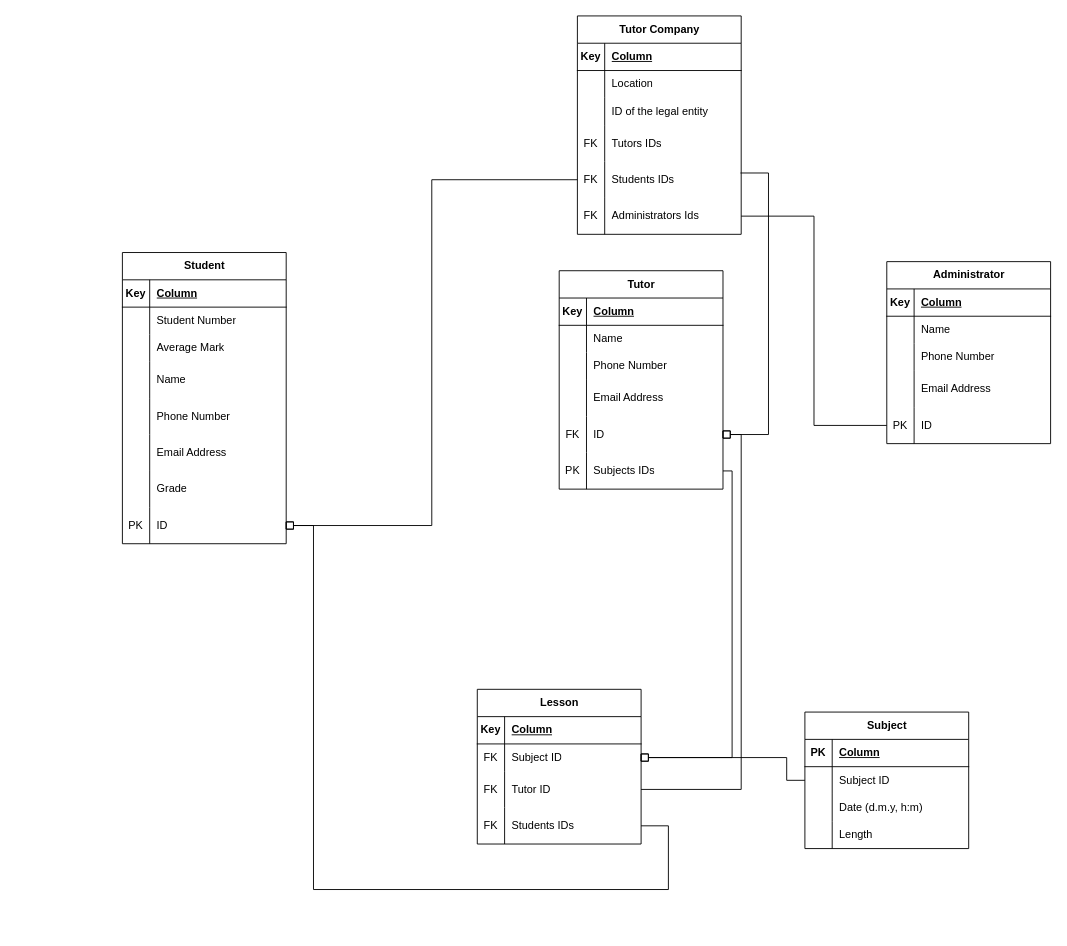
H0p1ty/data_bases keeps this draw.io diagram as er_diagramm.drawio. Above is the earlier version. Source tidied: cells renumbered, new cells numbered last; positions are measured from the earlier drawing's top-left corner, leaving out a move shared by most shapes. Both pictures are drawn from the tidied source at 91%, with x=0, y=0 at pixel (122, 15).
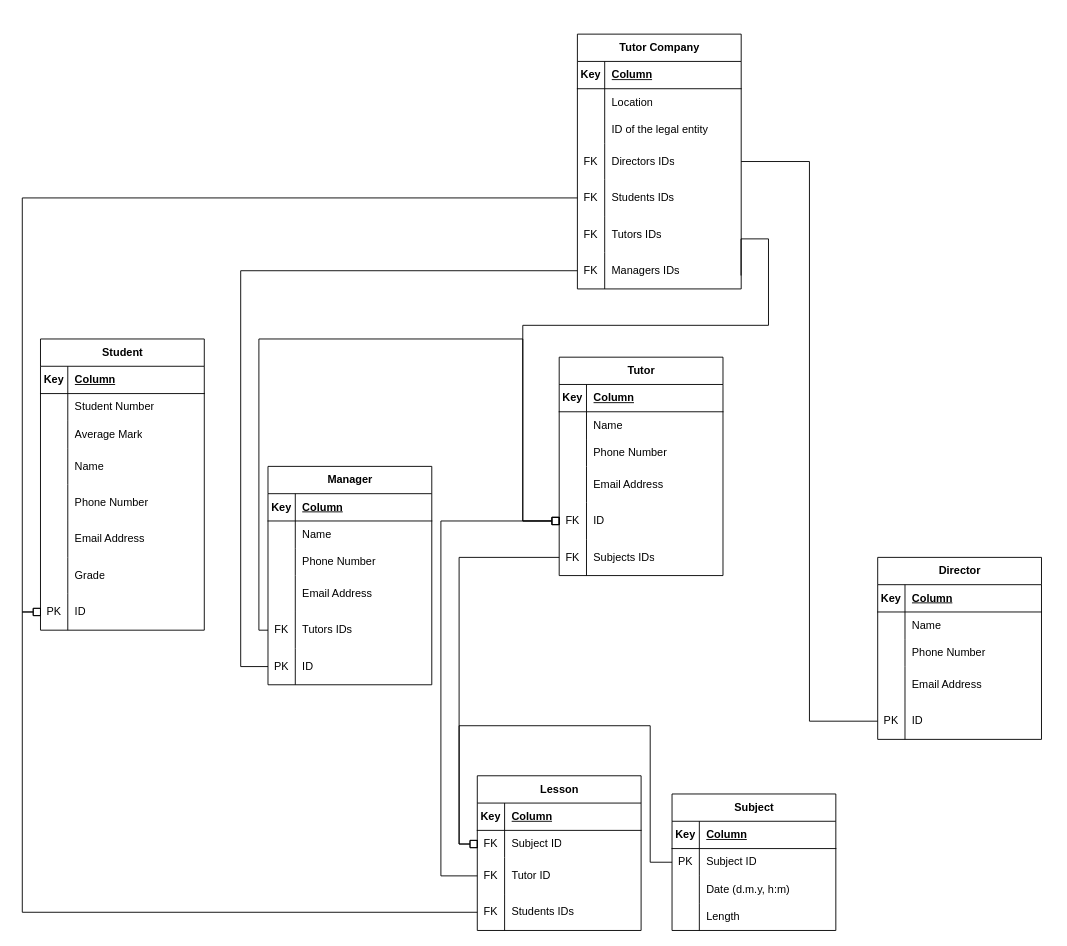
After the change.

Unchanged cells that the change refers to:
```xml
<mxCell id="20" style="shape=tableRow;horizontal=0;startSize=0;swimlaneHead=0;swimlaneBody=0;fillColor=none;points=[[0,0.5],[1,0.5]];portConstraint=eastwest;top=0;left=0;right=0;bottom=0;" parent="7" vertex="1">
  <mxGeometry y="160" width="180" height="40" as="geometry" />
</mxCell>
<mxCell id="33" style="shape=tableRow;horizontal=0;startSize=0;swimlaneHead=0;swimlaneBody=0;fillColor=none;points=[[0,0.5],[1,0.5]];portConstraint=eastwest;top=0;left=0;right=0;bottom=0;" parent="23" vertex="1">
  <mxGeometry y="120" width="180" height="40" as="geometry" />
</mxCell>
<mxCell id="36" style="shape=tableRow;horizontal=0;startSize=0;swimlaneHead=0;swimlaneBody=0;fillColor=none;points=[[0,0.5],[1,0.5]];portConstraint=eastwest;top=0;left=0;right=0;bottom=0;" parent="23" vertex="1">
  <mxGeometry y="160" width="180" height="40" as="geometry" />
</mxCell>
<mxCell id="55" style="shape=tableRow;horizontal=0;startSize=0;swimlaneHead=0;swimlaneBody=0;fillColor=none;points=[[0,0.5],[1,0.5]];portConstraint=eastwest;top=0;left=0;right=0;bottom=0;" parent="42" vertex="1">
  <mxGeometry y="160" width="180" height="40" as="geometry" />
</mxCell>
<mxCell id="58" style="shape=tableRow;horizontal=0;startSize=0;swimlaneHead=0;swimlaneBody=0;fillColor=none;points=[[0,0.5],[1,0.5]];portConstraint=eastwest;top=0;left=0;right=0;bottom=0;" parent="42" vertex="1">
  <mxGeometry y="200" width="180" height="40" as="geometry" />
</mxCell>
<mxCell id="65" style="shape=tableRow;horizontal=0;startSize=0;swimlaneHead=0;swimlaneBody=0;fillColor=none;points=[[0,0.5],[1,0.5]];portConstraint=eastwest;top=0;left=0;right=0;bottom=0;" parent="61" vertex="1">
  <mxGeometry y="60" width="180" height="30" as="geometry" />
</mxCell>
<mxCell id="68" style="shape=tableRow;horizontal=0;startSize=0;swimlaneHead=0;swimlaneBody=0;fillColor=none;points=[[0,0.5],[1,0.5]];portConstraint=eastwest;top=0;left=0;right=0;bottom=0;" parent="61" vertex="1">
  <mxGeometry y="90" width="180" height="40" as="geometry" />
</mxCell>
<mxCell id="71" style="shape=tableRow;horizontal=0;startSize=0;swimlaneHead=0;swimlaneBody=0;fillColor=none;points=[[0,0.5],[1,0.5]];portConstraint=eastwest;top=0;left=0;right=0;bottom=0;" parent="61" vertex="1">
  <mxGeometry y="130" width="180" height="40" as="geometry" />
</mxCell>
<mxCell id="96" style="shape=tableRow;horizontal=0;startSize=0;swimlaneHead=0;swimlaneBody=0;fillColor=none;points=[[0,0.5],[1,0.5]];portConstraint=eastwest;top=0;left=0;right=0;bottom=0;" parent="74" vertex="1">
  <mxGeometry y="280" width="180" height="40" as="geometry" />
</mxCell>
<mxCell id="100" style="shape=tableRow;horizontal=0;startSize=0;swimlaneHead=0;swimlaneBody=0;fillColor=none;top=0;left=0;right=0;bottom=1;" parent="99" vertex="1">
  <mxGeometry y="30" width="180" height="30" as="geometry" />
</mxCell>
<mxCell id="103" style="shape=tableRow;horizontal=0;startSize=0;swimlaneHead=0;swimlaneBody=0;fillColor=none;points=[[0,0.5],[1,0.5]];portConstraint=eastwest;top=0;left=0;right=0;bottom=0;" parent="99" vertex="1">
  <mxGeometry y="60" width="180" height="30" as="geometry" />
</mxCell>
```

Change to the diagram source:
```diff
@@
-    <mxCell id="2" style="edgeStyle=orthogonalEdgeStyle;rounded=0;jettySize=auto;html=1;endArrow=none;endFill=0;entryX=1;entryY=0.5;entryDx=0;entryDy=0;exitX=1;exitY=0.5;exitDx=0;exitDy=0;startArrow=box;startFill=0;" parent="1" edge="1" source="96" target="71">
+    <mxCell id="2" style="edgeStyle=orthogonalEdgeStyle;rounded=0;jettySize=auto;html=1;endArrow=none;endFill=0;entryX=0;entryY=0.5;entryDx=0;entryDy=0;exitX=0;exitY=0.5;exitDx=0;exitDy=0;startArrow=box;startFill=0;" parent="1" edge="1" source="96" target="71">
       <mxGeometry relative="1" as="geometry">
         <Array as="points">
-          <mxPoint x="210" y="560" />
-          <mxPoint x="210" y="960" />
-          <mxPoint x="600" y="960" />
-          <mxPoint x="600" y="890" />
+          <mxPoint x="-110" y="655" />
+          <mxPoint x="-110" y="985" />
         </Array>
       </mxGeometry>
     </mxCell>
-    <mxCell id="3" style="edgeStyle=orthogonalEdgeStyle;rounded=0;jettySize=auto;html=1;exitX=1;exitY=0.5;exitDx=0;exitDy=0;entryX=1;entryY=0.5;entryDx=0;entryDy=0;endArrow=box;endFill=0;" parent="1" edge="1" source="58" target="65">
+    <mxCell id="3" style="edgeStyle=orthogonalEdgeStyle;rounded=0;jettySize=auto;html=1;exitX=0;exitY=0.5;exitDx=0;exitDy=0;entryX=0;entryY=0.5;entryDx=0;entryDy=0;endArrow=box;endFill=0;" parent="1" edge="1" source="58" target="65">
       <mxGeometry relative="1" as="geometry">
         <Array as="points">
-          <mxPoint x="670" y="500" />
-          <mxPoint x="670" y="815" />
+          <mxPoint x="370" y="595" />
+          <mxPoint x="370" y="910" />
         </Array>
       </mxGeometry>
     </mxCell>
-    <mxCell id="4" style="edgeStyle=orthogonalEdgeStyle;rounded=0;jettySize=auto;html=1;exitX=1;exitY=0.5;exitDx=0;exitDy=0;endArrow=none;endFill=0;entryX=0;entryY=0.5;entryDx=0;entryDy=0;startArrow=box;startFill=0;" parent="1" edge="1" source="96" target="36">
-      <mxGeometry relative="1" as="geometry" />
+    <mxCell id="4" style="edgeStyle=orthogonalEdgeStyle;rounded=0;jettySize=auto;html=1;exitX=0;exitY=0.5;exitDx=0;exitDy=0;endArrow=none;endFill=0;entryX=0;entryY=0.5;entryDx=0;entryDy=0;startArrow=box;startFill=0;" parent="1" edge="1" source="96" target="36">
+      <mxGeometry relative="1" as="geometry">
+        <Array as="points">
+          <mxPoint x="-110" y="655" />
+          <mxPoint x="-110" y="200" />
+        </Array>
+      </mxGeometry>
     </mxCell>
-    <mxCell id="5" style="edgeStyle=orthogonalEdgeStyle;rounded=0;jettySize=auto;html=1;entryX=0.995;entryY=0.42;entryDx=0;entryDy=0;entryPerimeter=0;endArrow=none;endFill=0;startArrow=box;startFill=0;exitX=1;exitY=0.5;exitDx=0;exitDy=0;" parent="1" edge="1" source="55">
+    <mxCell id="5" style="edgeStyle=orthogonalEdgeStyle;rounded=0;jettySize=auto;html=1;entryX=0.999;entryY=0.632;entryDx=0;entryDy=0;endArrow=none;endFill=0;startArrow=box;startFill=0;entryPerimeter=0;exitX=0;exitY=0.5;exitDx=0;exitDy=0;" parent="1" edge="1" source="55" target="39">
       <mxGeometry relative="1" as="geometry">
-        <mxPoint x="679.2" y="172.6" as="targetPoint" />
         <Array as="points">
-          <mxPoint x="710" y="460" />
-          <mxPoint x="710" y="173" />
+          <mxPoint x="440" y="555" />
+          <mxPoint x="440" y="340" />
+          <mxPoint x="710" y="340" />
+          <mxPoint x="710" y="245" />
+          <mxPoint x="680" y="245" />
         </Array>
       </mxGeometry>
     </mxCell>
-    <mxCell id="6" style="edgeStyle=orthogonalEdgeStyle;rounded=0;jettySize=auto;html=1;exitX=0;exitY=0.5;exitDx=0;exitDy=0;entryX=1;entryY=0.5;entryDx=0;entryDy=0;endArrow=none;endFill=0;" parent="1" edge="1" source="20" target="39">
-      <mxGeometry relative="1" as="geometry" />
-    </mxCell>
-    <mxCell id="7" value="Administrator" style="shape=table;startSize=30;childLayout=tableLayout;rowLines=0;fontStyle=1;align=center;html=1;" parent="1" vertex="1">
-      <mxGeometry x="840" y="270" width="180" height="200" as="geometry" />
+    <mxCell id="7" value="Director" style="shape=table;startSize=30;childLayout=tableLayout;rowLines=0;fontStyle=1;align=center;html=1;" parent="1" vertex="1">
+      <mxGeometry x="830" y="595" width="180" height="200" as="geometry" />
     </mxCell>
@@
     <mxCell id="23" value="Tutor Company" style="shape=table;startSize=30;childLayout=tableLayout;rowLines=0;fontStyle=1;align=center;html=1;" parent="1" vertex="1">
-      <mxGeometry x="500" width="180" height="240" as="geometry" />
+      <mxGeometry x="500" y="20" width="180" height="280" as="geometry" />
     </mxCell>
@@
-    <mxCell id="35" value="Tutors IDs" style="shape=partialRectangle;fillColor=none;top=0;left=0;bottom=0;right=0;align=left;spacingLeft=6;overflow=hidden;whiteSpace=wrap;html=1;" parent="33" vertex="1">
+    <mxCell id="35" value="Directors IDs" style="shape=partialRectangle;fillColor=none;top=0;left=0;bottom=0;right=0;align=left;spacingLeft=6;overflow=hidden;whiteSpace=wrap;html=1;" parent="33" vertex="1">
       <mxGeometry x="30" width="150" height="40" as="geometry" />
     </mxCell>
@@
+    <mxCell id="114" style="shape=tableRow;horizontal=0;startSize=0;swimlaneHead=0;swimlaneBody=0;fillColor=none;top=0;left=0;right=0;bottom=0;" parent="23" vertex="1">
+      <mxGeometry y="200" width="180" height="40" as="geometry" />
+    </mxCell>
+    <mxCell id="115" value="FK" style="shape=partialRectangle;fillColor=none;top=0;left=0;bottom=0;right=0;overflow=hidden;whiteSpace=wrap;html=1;" parent="114" vertex="1">
+      <mxGeometry width="30" height="40" as="geometry" />
+    </mxCell>
+    <mxCell id="116" value="Tutors IDs" style="shape=partialRectangle;fillColor=none;top=0;left=0;bottom=0;right=0;align=left;spacingLeft=6;overflow=hidden;whiteSpace=wrap;html=1;" parent="114" vertex="1">
+      <mxGeometry x="30" width="150" height="40" as="geometry" />
+    </mxCell>
     <mxCell id="39" style="shape=tableRow;horizontal=0;startSize=0;swimlaneHead=0;swimlaneBody=0;fillColor=none;points=[[0,0.5],[1,0.5]];portConstraint=eastwest;top=0;left=0;right=0;bottom=0;" parent="23" vertex="1">
-      <mxGeometry y="200" width="180" height="40" as="geometry" />
+      <mxGeometry y="240" width="180" height="40" as="geometry" />
     </mxCell>
@@
-    <mxCell id="41" value="Administrators Ids" style="shape=partialRectangle;fillColor=none;top=0;left=0;bottom=0;right=0;align=left;spacingLeft=6;overflow=hidden;whiteSpace=wrap;html=1;" parent="39" vertex="1">
+    <mxCell id="41" value="Managers IDs" style="shape=partialRectangle;fillColor=none;top=0;left=0;bottom=0;right=0;align=left;spacingLeft=6;overflow=hidden;whiteSpace=wrap;html=1;" parent="39" vertex="1">
       <mxGeometry x="30" width="150" height="40" as="geometry" />
     </mxCell>
     <mxCell id="42" value="Tutor" style="shape=table;startSize=30;childLayout=tableLayout;rowLines=0;fontStyle=1;align=center;html=1;" parent="1" vertex="1">
-      <mxGeometry x="480" y="280" width="180" height="240" as="geometry" />
+      <mxGeometry x="480" y="375" width="180" height="240" as="geometry" />
     </mxCell>
@@
-    <mxCell id="59" value="PK" style="shape=partialRectangle;fillColor=none;top=0;left=0;bottom=0;right=0;overflow=hidden;whiteSpace=wrap;html=1;" parent="58" vertex="1">
+    <mxCell id="59" value="FK" style="shape=partialRectangle;fillColor=none;top=0;left=0;bottom=0;right=0;overflow=hidden;whiteSpace=wrap;html=1;" parent="58" vertex="1">
       <mxGeometry width="30" height="40" as="geometry" />
     </mxCell>
@@
     <mxCell id="61" value="Lesson" style="shape=table;startSize=30;childLayout=tableLayout;rowLines=0;fontStyle=1;align=center;html=1;" parent="1" vertex="1">
-      <mxGeometry x="390" y="740" width="180" height="170" as="geometry" />
+      <mxGeometry x="390" y="835" width="180" height="170" as="geometry" />
     </mxCell>
@@
     <mxCell id="74" value="Student" style="shape=table;startSize=30;childLayout=tableLayout;rowLines=0;fontStyle=1;align=center;html=1;" parent="1" vertex="1">
-      <mxGeometry y="260" width="180" height="320" as="geometry" />
+      <mxGeometry x="-90" y="355" width="180" height="320" as="geometry" />
     </mxCell>
@@
     <mxCell id="99" value="Subject" style="shape=table;startSize=30;childLayout=tableLayout;rowLines=0;fontStyle=1;align=center;html=1;" parent="1" vertex="1">
-      <mxGeometry x="750" y="765" width="180" height="150" as="geometry" />
+      <mxGeometry x="604" y="855" width="180" height="150" as="geometry" />
     </mxCell>
@@
-    <mxCell id="101" value="PK" style="shape=partialRectangle;fillColor=none;top=0;left=0;bottom=0;right=0;fontStyle=1;overflow=hidden;whiteSpace=wrap;html=1;" parent="100" vertex="1">
+    <mxCell id="101" value="Key" style="shape=partialRectangle;fillColor=none;top=0;left=0;bottom=0;right=0;fontStyle=1;overflow=hidden;whiteSpace=wrap;html=1;" parent="100" vertex="1">
       <mxGeometry width="30" height="30" as="geometry" />
     </mxCell>
@@
-    <mxCell id="104" style="shape=partialRectangle;fillColor=none;top=0;left=0;bottom=0;right=0;overflow=hidden;whiteSpace=wrap;html=1;" parent="103" vertex="1">
+    <mxCell id="104" value="PK" style="shape=partialRectangle;fillColor=none;top=0;left=0;bottom=0;right=0;overflow=hidden;whiteSpace=wrap;html=1;" parent="103" vertex="1">
       <mxGeometry width="30" height="30" as="geometry" />
     </mxCell>
@@
-    <mxCell id="112" style="edgeStyle=orthogonalEdgeStyle;rounded=0;jettySize=auto;html=1;exitX=1;exitY=0.5;exitDx=0;exitDy=0;entryX=1;entryY=0.5;entryDx=0;entryDy=0;endArrow=box;endFill=0;" parent="1" edge="1" source="68" target="55">
-      <mxGeometry relative="1" as="geometry" />
+    <mxCell id="112" style="edgeStyle=orthogonalEdgeStyle;rounded=0;jettySize=auto;html=1;exitX=0;exitY=0.5;exitDx=0;exitDy=0;endArrow=box;endFill=0;entryX=0;entryY=0.5;entryDx=0;entryDy=0;" parent="1" edge="1" source="68" target="55">
+      <mxGeometry relative="1" as="geometry">
+        <Array as="points">
+          <mxPoint x="350" y="945" />
+          <mxPoint x="350" y="555" />
+        </Array>
+      </mxGeometry>
     </mxCell>
-    <mxCell id="113" style="edgeStyle=orthogonalEdgeStyle;rounded=0;jettySize=auto;html=1;endArrow=box;endFill=0;" parent="1" edge="1" source="103" target="65">
+    <mxCell id="113" style="edgeStyle=orthogonalEdgeStyle;rounded=0;jettySize=auto;html=1;endArrow=box;endFill=0;entryX=0;entryY=0.5;entryDx=0;entryDy=0;" parent="1" edge="1" source="103" target="65">
       <mxGeometry relative="1" as="geometry">
         <Array as="points">
-          <mxPoint x="730" y="840" />
-          <mxPoint x="730" y="815" />
+          <mxPoint x="580" y="930" />
+          <mxPoint x="580" y="780" />
+          <mxPoint x="370" y="780" />
+          <mxPoint x="370" y="910" />
         </Array>
       </mxGeometry>
     </mxCell>
+    <mxCell id="117" value="Manager" style="shape=table;startSize=30;childLayout=tableLayout;rowLines=0;fontStyle=1;align=center;html=1;" parent="1" vertex="1">
+      <mxGeometry x="160" y="495" width="180" height="240" as="geometry" />
+    </mxCell>
+    <mxCell id="118" style="shape=tableRow;horizontal=0;startSize=0;swimlaneHead=0;swimlaneBody=0;fillColor=none;top=0;left=0;right=0;bottom=1;" parent="117" vertex="1">
+      <mxGeometry y="30" width="180" height="30" as="geometry" />
+    </mxCell>
+    <mxCell id="119" value="Key" style="shape=partialRectangle;fillColor=none;top=0;left=0;bottom=0;right=0;fontStyle=1;overflow=hidden;whiteSpace=wrap;html=1;" parent="118" vertex="1">
+      <mxGeometry width="30" height="30" as="geometry" />
+    </mxCell>
+    <mxCell id="120" value="Column" style="shape=partialRectangle;fillColor=none;top=0;left=0;bottom=0;right=0;align=left;spacingLeft=6;fontStyle=5;overflow=hidden;whiteSpace=wrap;html=1;" parent="118" vertex="1">
+      <mxGeometry x="30" width="150" height="30" as="geometry" />
+    </mxCell>
+    <mxCell id="121" style="shape=tableRow;horizontal=0;startSize=0;swimlaneHead=0;swimlaneBody=0;fillColor=none;top=0;left=0;right=0;bottom=0;" parent="117" vertex="1">
+      <mxGeometry y="60" width="180" height="30" as="geometry" />
+    </mxCell>
+    <mxCell id="122" style="shape=partialRectangle;fillColor=none;top=0;left=0;bottom=0;right=0;overflow=hidden;whiteSpace=wrap;html=1;" parent="121" vertex="1">
+      <mxGeometry width="30" height="30" as="geometry" />
+    </mxCell>
+    <mxCell id="123" value="Name" style="shape=partialRectangle;fillColor=none;top=0;left=0;bottom=0;right=0;align=left;spacingLeft=6;overflow=hidden;whiteSpace=wrap;html=1;" parent="121" vertex="1">
+      <mxGeometry x="30" width="150" height="30" as="geometry" />
+    </mxCell>
+    <mxCell id="124" style="shape=tableRow;horizontal=0;startSize=0;swimlaneHead=0;swimlaneBody=0;fillColor=none;top=0;left=0;right=0;bottom=0;" parent="117" vertex="1">
+      <mxGeometry y="90" width="180" height="30" as="geometry" />
+    </mxCell>
+    <mxCell id="125" style="shape=partialRectangle;fillColor=none;top=0;left=0;bottom=0;right=0;overflow=hidden;whiteSpace=wrap;html=1;" parent="124" vertex="1">
+      <mxGeometry width="30" height="30" as="geometry" />
+    </mxCell>
+    <mxCell id="126" value="Phone Number" style="shape=partialRectangle;fillColor=none;top=0;left=0;bottom=0;right=0;align=left;spacingLeft=6;overflow=hidden;whiteSpace=wrap;html=1;" parent="124" vertex="1">
+      <mxGeometry x="30" width="150" height="30" as="geometry" />
+    </mxCell>
+    <mxCell id="127" style="shape=tableRow;horizontal=0;startSize=0;swimlaneHead=0;swimlaneBody=0;fillColor=none;top=0;left=0;right=0;bottom=0;" parent="117" vertex="1">
+      <mxGeometry y="120" width="180" height="40" as="geometry" />
+    </mxCell>
+    <mxCell id="128" style="shape=partialRectangle;fillColor=none;top=0;left=0;bottom=0;right=0;overflow=hidden;whiteSpace=wrap;html=1;" parent="127" vertex="1">
+      <mxGeometry width="30" height="40" as="geometry" />
+    </mxCell>
+    <mxCell id="129" value="Email Address" style="shape=partialRectangle;fillColor=none;top=0;left=0;bottom=0;right=0;align=left;spacingLeft=6;overflow=hidden;whiteSpace=wrap;html=1;" parent="127" vertex="1">
+      <mxGeometry x="30" width="150" height="40" as="geometry" />
+    </mxCell>
+    <mxCell id="130" style="shape=tableRow;horizontal=0;startSize=0;swimlaneHead=0;swimlaneBody=0;fillColor=none;top=0;left=0;right=0;bottom=0;" parent="117" vertex="1">
+      <mxGeometry y="160" width="180" height="40" as="geometry" />
+    </mxCell>
+    <mxCell id="131" value="FK" style="shape=partialRectangle;fillColor=none;top=0;left=0;bottom=0;right=0;overflow=hidden;whiteSpace=wrap;html=1;" parent="130" vertex="1">
+      <mxGeometry width="30" height="40" as="geometry" />
+    </mxCell>
+    <mxCell id="132" value="Tutors IDs" style="shape=partialRectangle;fillColor=none;top=0;left=0;bottom=0;right=0;align=left;spacingLeft=6;overflow=hidden;whiteSpace=wrap;html=1;" parent="130" vertex="1">
+      <mxGeometry x="30" width="150" height="40" as="geometry" />
+    </mxCell>
+    <mxCell id="133" style="shape=tableRow;horizontal=0;startSize=0;swimlaneHead=0;swimlaneBody=0;fillColor=none;points=[[0,0.5],[1,0.5]];portConstraint=eastwest;top=0;left=0;right=0;bottom=0;" parent="117" vertex="1">
+      <mxGeometry y="200" width="180" height="40" as="geometry" />
+    </mxCell>
+    <mxCell id="134" value="PK" style="shape=partialRectangle;fillColor=none;top=0;left=0;bottom=0;right=0;overflow=hidden;whiteSpace=wrap;html=1;" parent="133" vertex="1">
+      <mxGeometry width="30" height="40" as="geometry" />
+    </mxCell>
+    <mxCell id="135" value="ID" style="shape=partialRectangle;fillColor=none;top=0;left=0;bottom=0;right=0;align=left;spacingLeft=6;overflow=hidden;whiteSpace=wrap;html=1;" parent="133" vertex="1">
+      <mxGeometry x="30" width="150" height="40" as="geometry" />
+    </mxCell>
+    <mxCell id="136" style="edgeStyle=orthogonalEdgeStyle;rounded=0;jettySize=auto;html=1;entryX=0;entryY=0.5;entryDx=0;entryDy=0;endArrow=box;endFill=0;" parent="1" edge="1" target="55">
+      <mxGeometry relative="1" as="geometry">
+        <mxPoint x="160" y="675" as="sourcePoint" />
+        <Array as="points">
+          <mxPoint x="150" y="675" />
+          <mxPoint x="150" y="355" />
+          <mxPoint x="440" y="355" />
+          <mxPoint x="440" y="555" />
+        </Array>
+      </mxGeometry>
+    </mxCell>
+    <mxCell id="137" style="edgeStyle=orthogonalEdgeStyle;rounded=0;jettySize=auto;html=1;exitX=0;exitY=0.5;exitDx=0;exitDy=0;entryX=1;entryY=0.5;entryDx=0;entryDy=0;endArrow=none;endFill=0;" parent="1" edge="1" source="20" target="33">
+      <mxGeometry relative="1" as="geometry" />
+    </mxCell>
+    <mxCell id="138" style="edgeStyle=orthogonalEdgeStyle;rounded=0;jettySize=auto;html=1;entryX=0;entryY=0.5;entryDx=0;entryDy=0;endArrow=none;endFill=0;" parent="1" edge="1" source="133" target="39">
+      <mxGeometry relative="1" as="geometry">
+        <Array as="points">
+          <mxPoint x="130" y="715" />
+          <mxPoint x="130" y="280" />
+        </Array>
+      </mxGeometry>
+    </mxCell>
```
